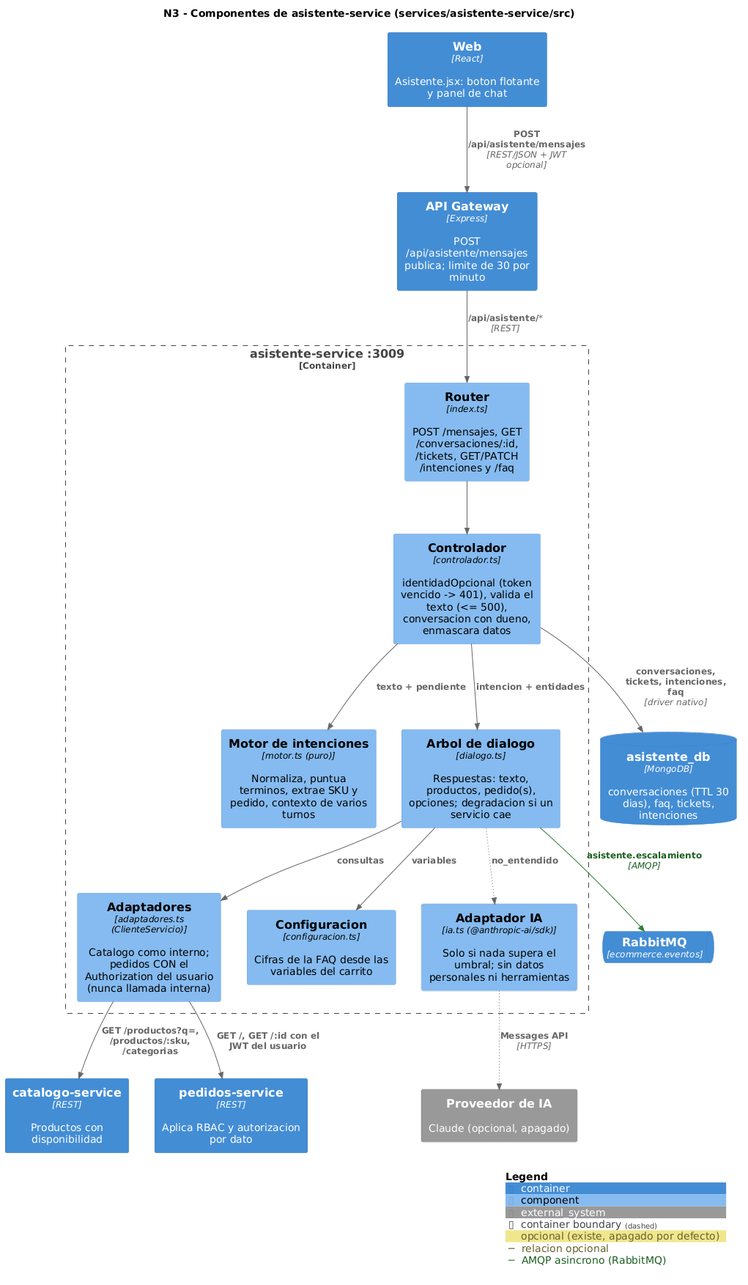
This is docs/c4/png/03-componentes-asistente.png from SerBy48/Proyecto-EIS-II, a PlantUML export, as it was before one commit.
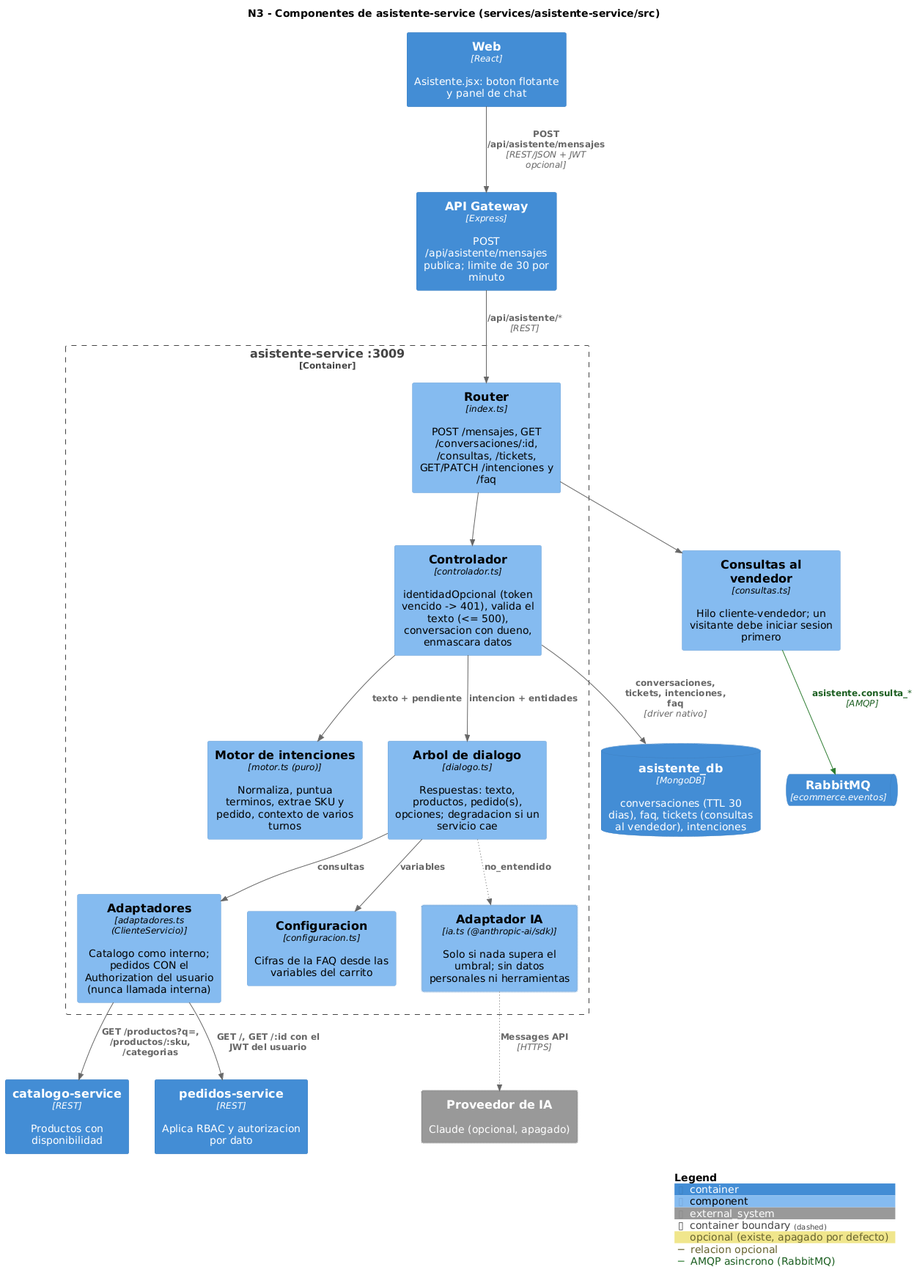
Later version of the same file.

What changed in the source:
```diff
@@ -5,14 +5,14 @@
 
 Container(web, "Web", "React", "Asistente.jsx: boton flotante y panel de chat")
 Container(gateway, "API Gateway", "Express", "POST /api/asistente/mensajes publica; limite de 30 por minuto")
-ContainerDb(mongo, "asistente_db", "MongoDB", "conversaciones (TTL 30 dias), faq, tickets, intenciones")
+ContainerDb(mongo, "asistente_db", "MongoDB", "conversaciones (TTL 30 dias), faq, tickets (consultas al vendedor), intenciones")
 ContainerQueue(rabbit, "RabbitMQ", "ecommerce.eventos")
 Container(catalogo, "catalogo-service", "REST", "Productos con disponibilidad")
 Container(pedidos, "pedidos-service", "REST", "Aplica RBAC y autorizacion por dato")
 System_Ext(ia, "Proveedor de IA", "Claude (opcional, apagado)", $tags="opcional")
 
 Container_Boundary(asis, "asistente-service :3009") {
-  Component(router, "Router", "index.ts", "POST /mensajes, GET /conversaciones/:id, /tickets, GET/PATCH /intenciones y /faq")
+  Component(router, "Router", "index.ts", "POST /mensajes, GET /conversaciones/:id, /consultas, /tickets, GET/PATCH /intenciones y /faq")
   Component(ctrl, "Controlador", "controlador.ts", "identidadOpcional (token vencido -> 401), valida el texto (<= 500), conversacion con dueno, enmascara datos")
   Component(motor, "Motor de intenciones", "motor.ts (puro)", "Normaliza, puntua terminos, extrae SKU y pedido, contexto de varios turnos")
   Component(dialogo, "Arbol de dialogo", "dialogo.ts", "Respuestas: texto, productos, pedido(s), opciones; degradacion si un servicio cae")
@@ -32,7 +32,9 @@
 Rel(ctrl, mongo, "conversaciones, tickets, intenciones, faq", "driver nativo")
 Rel(adapt, catalogo, "GET /productos?q=, /productos/:sku, /categorias")
 Rel(adapt, pedidos, "GET /, GET /:id con el JWT del usuario")
-Rel(dialogo, rabbit, "asistente.escalamiento", "AMQP", $tags="asincrono")
+Component(consultas, "Consultas al vendedor", "consultas.ts", "Hilo cliente-vendedor; un visitante debe iniciar sesion primero")
+Rel(router, consultas, "")
+Rel(consultas, rabbit, "asistente.consulta_*", "AMQP", $tags="asincrono")
 Rel(iaad, ia, "Messages API", "HTTPS", $tags="opcional")
 SHOW_LEGEND()
 @enduml
```
